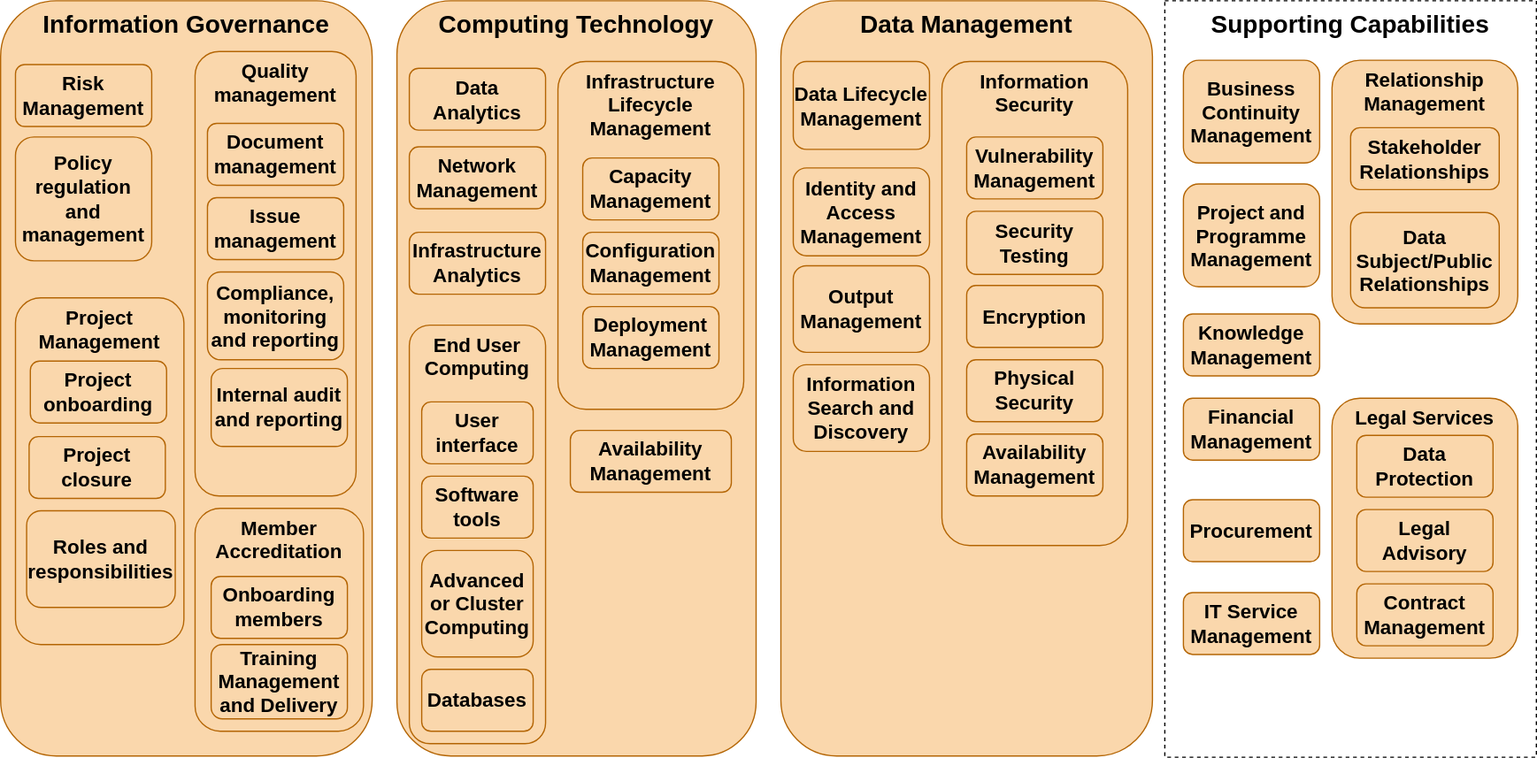
The draw.io diagram docs/images/Capability_Map/full.drawio.svg in sa-tre/satre-specification, before a commit. Source tidied: cells renumbered, new cells last; positions are measured from the earlier drawing's top-left corner, leaving out a move shared by most shapes.
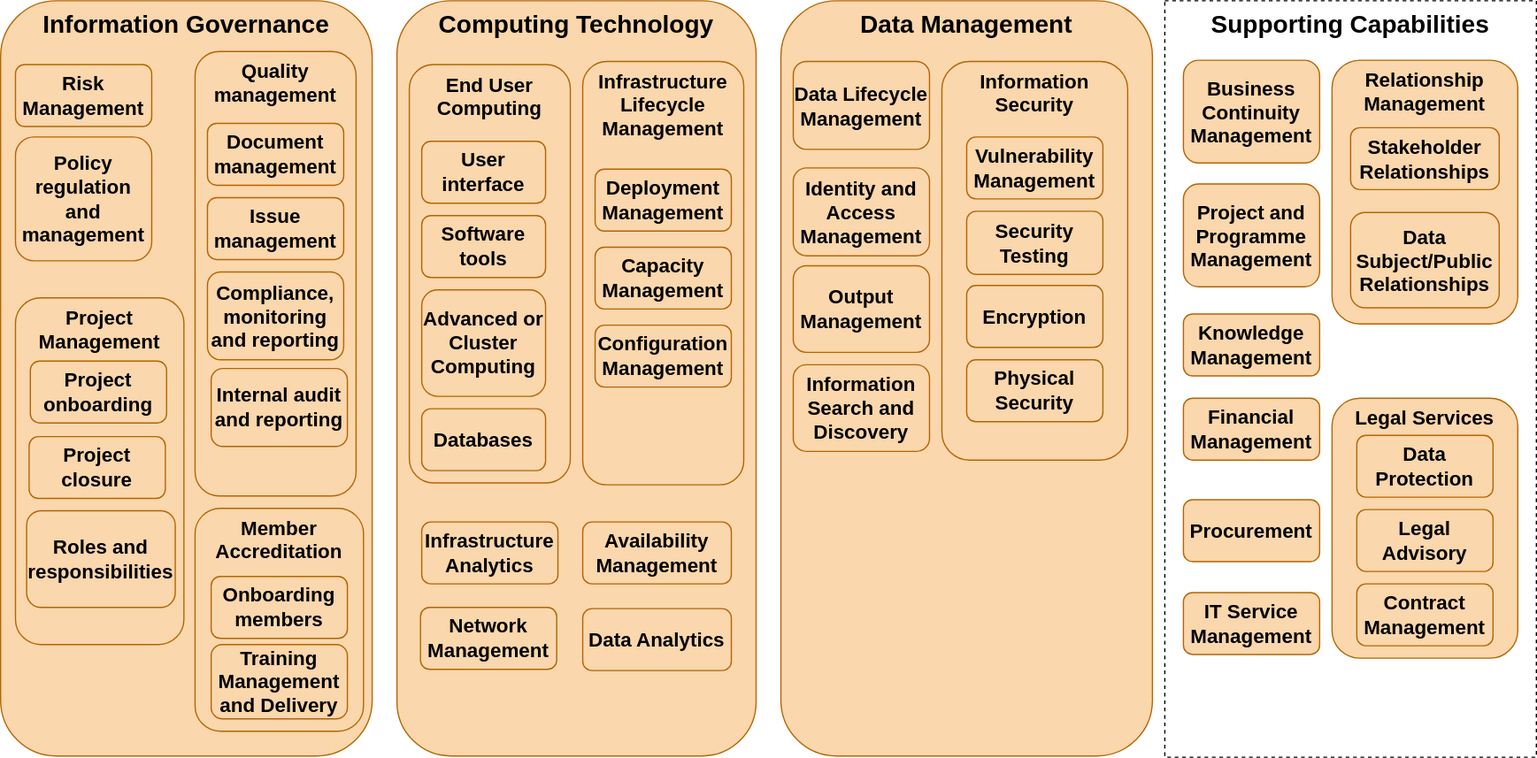
Above is the later version.

Commit message:
fix computing tech and data management

What changed in the source:
```diff
@@ -21,28 +21,28 @@
       <mxGeometry x="170" y="520" width="110" height="60" as="geometry" />
     </mxCell>
     <mxCell id="8" value="&lt;font style=&quot;font-size: 16px;&quot;&gt;Infrastructure Lifecycle Management&amp;nbsp;&lt;/font&gt;" style="rounded=1;whiteSpace=wrap;html=1;fillColor=#fad7ac;strokeColor=#b46504;verticalAlign=top;fontSize=16;fontStyle=1;" parent="1" vertex="1">
-      <mxGeometry x="450" y="49" width="150" height="281" as="geometry" />
+      <mxGeometry x="470" y="49" width="130" height="342" as="geometry" />
     </mxCell>
     <mxCell id="9" value="&lt;font style=&quot;font-size: 16px;&quot;&gt;Network Management&lt;/font&gt;" style="rounded=1;whiteSpace=wrap;html=1;fillColor=#fad7ac;strokeColor=#b46504;fontSize=16;fontStyle=1;" parent="1" vertex="1">
-      <mxGeometry x="330" y="118" width="110" height="50" as="geometry" />
+      <mxGeometry x="339" y="490" width="110" height="50" as="geometry" />
     </mxCell>
     <mxCell id="10" value="&lt;font style=&quot;font-size: 16px;&quot;&gt;Data Analytics&lt;/font&gt;" style="rounded=1;whiteSpace=wrap;html=1;fillColor=#fad7ac;strokeColor=#b46504;fontSize=16;fontStyle=1;" parent="1" vertex="1">
-      <mxGeometry x="330" y="54.5" width="110" height="50" as="geometry" />
+      <mxGeometry x="470" y="491" width="120" height="50" as="geometry" />
     </mxCell>
     <mxCell id="11" value="&lt;font style=&quot;font-size: 16px;&quot;&gt;End User Computing&lt;/font&gt;" style="rounded=1;whiteSpace=wrap;html=1;fillColor=#fad7ac;strokeColor=#b46504;fontSize=16;fontStyle=1;verticalAlign=top;" parent="1" vertex="1">
-      <mxGeometry x="330" y="262" width="110" height="338" as="geometry" />
+      <mxGeometry x="330" y="51.5" width="130" height="338" as="geometry" />
     </mxCell>
     <mxCell id="12" value="&lt;font style=&quot;font-size: 16px;&quot;&gt;Advanced or Cluster Computing&lt;/font&gt;" style="rounded=1;whiteSpace=wrap;html=1;fillColor=#fad7ac;strokeColor=#b46504;fontSize=16;fontStyle=1;" parent="1" vertex="1">
-      <mxGeometry x="340" y="444" width="90" height="86" as="geometry" />
+      <mxGeometry x="340" y="233.5" width="100" height="86" as="geometry" />
     </mxCell>
     <mxCell id="13" value="&lt;font style=&quot;font-size: 16px;&quot;&gt;Capacity Management&lt;/font&gt;" style="rounded=1;whiteSpace=wrap;html=1;fillColor=#fad7ac;strokeColor=#b46504;fontSize=16;fontStyle=1;" parent="1" vertex="1">
-      <mxGeometry x="470" y="127" width="110" height="50" as="geometry" />
+      <mxGeometry x="480" y="199" width="110" height="50" as="geometry" />
     </mxCell>
     <mxCell id="14" value="&lt;font style=&quot;font-size: 16px;&quot;&gt;Deployment Management&lt;/font&gt;" style="rounded=1;whiteSpace=wrap;html=1;fillColor=#fad7ac;strokeColor=#b46504;fontSize=16;fontStyle=1;" parent="1" vertex="1">
-      <mxGeometry x="470" y="247" width="110" height="50" as="geometry" />
+      <mxGeometry x="480" y="136" width="110" height="50" as="geometry" />
     </mxCell>
     <mxCell id="15" value="&lt;font style=&quot;font-size: 16px;&quot;&gt;Configuration Management&lt;/font&gt;" style="rounded=1;whiteSpace=wrap;html=1;fillColor=#fad7ac;strokeColor=#b46504;fontSize=16;fontStyle=1;" parent="1" vertex="1">
-      <mxGeometry x="470" y="187" width="110" height="50" as="geometry" />
+      <mxGeometry x="480" y="262" width="110" height="50" as="geometry" />
     </mxCell>
     <mxCell id="16" value="&lt;font style=&quot;font-size: 16px;&quot;&gt;Output Management&lt;/font&gt;" style="rounded=1;whiteSpace=wrap;html=1;fillColor=#fad7ac;strokeColor=#b46504;fontSize=16;fontStyle=1;" parent="1" vertex="1">
       <mxGeometry x="640" y="214" width="110" height="70" as="geometry" />
@@ -57,7 +57,7 @@
       <mxGeometry x="640" y="294" width="110" height="70" as="geometry" />
     </mxCell>
     <mxCell id="20" value="&lt;font style=&quot;font-size: 16px;&quot;&gt;Information Security&lt;/font&gt;" style="rounded=1;whiteSpace=wrap;html=1;fillColor=#fad7ac;strokeColor=#b46504;verticalAlign=top;fontSize=16;fontStyle=1;" parent="1" vertex="1">
-      <mxGeometry x="760" y="49" width="150" height="391" as="geometry" />
+      <mxGeometry x="760" y="49" width="150" height="322" as="geometry" />
     </mxCell>
     <mxCell id="21" value="&lt;font style=&quot;font-size: 16px;&quot;&gt;Vulnerability Management&lt;/font&gt;" style="rounded=1;whiteSpace=wrap;html=1;fillColor=#fad7ac;strokeColor=#b46504;fontSize=16;fontStyle=1;" parent="1" vertex="1">
       <mxGeometry x="780" y="110" width="110" height="50" as="geometry" />
@@ -71,9 +71,6 @@
     <mxCell id="24" value="&lt;font style=&quot;font-size: 16px;&quot;&gt;Physical Security&lt;/font&gt;" style="rounded=1;whiteSpace=wrap;html=1;fillColor=#fad7ac;strokeColor=#b46504;fontSize=16;fontStyle=1;" parent="1" vertex="1">
       <mxGeometry x="780" y="290" width="110" height="50" as="geometry" />
     </mxCell>
-    <mxCell id="25" value="&lt;font style=&quot;font-size: 16px;&quot;&gt;Availability Management&lt;/font&gt;" style="rounded=1;whiteSpace=wrap;html=1;fillColor=#fad7ac;strokeColor=#b46504;fontSize=16;fontStyle=1;" parent="1" vertex="1">
-      <mxGeometry x="780" y="350" width="110" height="50" as="geometry" />
-    </mxCell>
     <mxCell id="26" value="&lt;font style=&quot;font-size: 20px;&quot;&gt;Supporting Capabilities&lt;/font&gt;" style="rounded=0;whiteSpace=wrap;html=1;verticalAlign=top;dashed=1;fontSize=20;fontStyle=1;" parent="1" vertex="1">
       <mxGeometry x="940" width="300" height="611" as="geometry" />
     </mxCell>
@@ -150,19 +147,19 @@
       <mxGeometry x="170" y="465" width="110" height="50" as="geometry" />
     </mxCell>
     <mxCell id="51" value="&lt;font style=&quot;font-size: 16px;&quot;&gt;User interface&lt;/font&gt;" style="rounded=1;whiteSpace=wrap;html=1;fillColor=#fad7ac;strokeColor=#b46504;fontSize=16;fontStyle=1;" parent="1" vertex="1">
-      <mxGeometry x="340" y="324" width="90" height="50" as="geometry" />
+      <mxGeometry x="340" y="113.5" width="100" height="50" as="geometry" />
     </mxCell>
     <mxCell id="52" value="&lt;font style=&quot;font-size: 16px;&quot;&gt;Software tools&lt;/font&gt;" style="rounded=1;whiteSpace=wrap;html=1;fillColor=#fad7ac;strokeColor=#b46504;fontSize=16;fontStyle=1;" parent="1" vertex="1">
-      <mxGeometry x="340" y="384" width="90" height="50" as="geometry" />
+      <mxGeometry x="340" y="173.5" width="100" height="50" as="geometry" />
     </mxCell>
     <mxCell id="53" value="&lt;font style=&quot;font-size: 16px;&quot;&gt;Databases&lt;/font&gt;" style="rounded=1;whiteSpace=wrap;html=1;fillColor=#fad7ac;strokeColor=#b46504;fontSize=16;fontStyle=1;" parent="1" vertex="1">
-      <mxGeometry x="340" y="540" width="90" height="50" as="geometry" />
+      <mxGeometry x="340" y="329.5" width="100" height="50" as="geometry" />
     </mxCell>
     <mxCell id="54" value="&lt;font style=&quot;font-size: 16px;&quot;&gt;Infrastructure Analytics&lt;/font&gt;" style="rounded=1;whiteSpace=wrap;html=1;fillColor=#fad7ac;strokeColor=#b46504;fontSize=16;fontStyle=1;" parent="1" vertex="1">
-      <mxGeometry x="330" y="187" width="110" height="50" as="geometry" />
+      <mxGeometry x="340" y="421" width="110" height="50" as="geometry" />
     </mxCell>
     <mxCell id="55" value="&lt;font style=&quot;font-size: 16px;&quot;&gt;Availability Management&lt;/font&gt;" style="rounded=1;whiteSpace=wrap;html=1;fillColor=#fad7ac;strokeColor=#b46504;fontSize=16;fontStyle=1;" parent="1" vertex="1">
-      <mxGeometry x="460" y="347" width="130" height="50" as="geometry" />
+      <mxGeometry x="470" y="421" width="120" height="50" as="geometry" />
     </mxCell>
   </root>
 </mxGraphModel>
```
